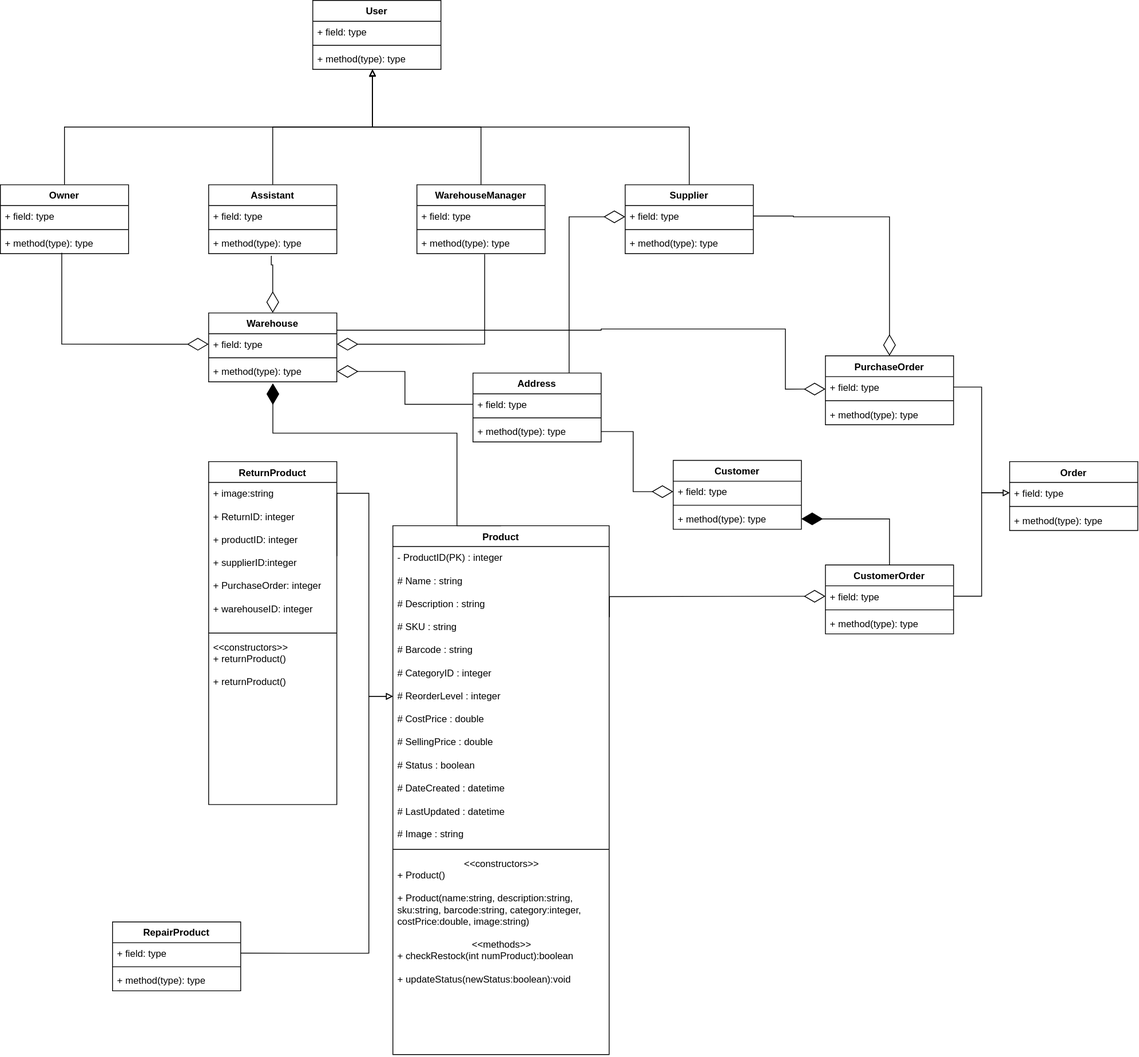
The draw.io diagram class diagram.svg in Simamkele88/IFM3_GP, before a commit. Source tidied: cells renumbered, new cells last; positions are measured from the earlier drawing's top-left corner, leaving out a move shared by most shapes.
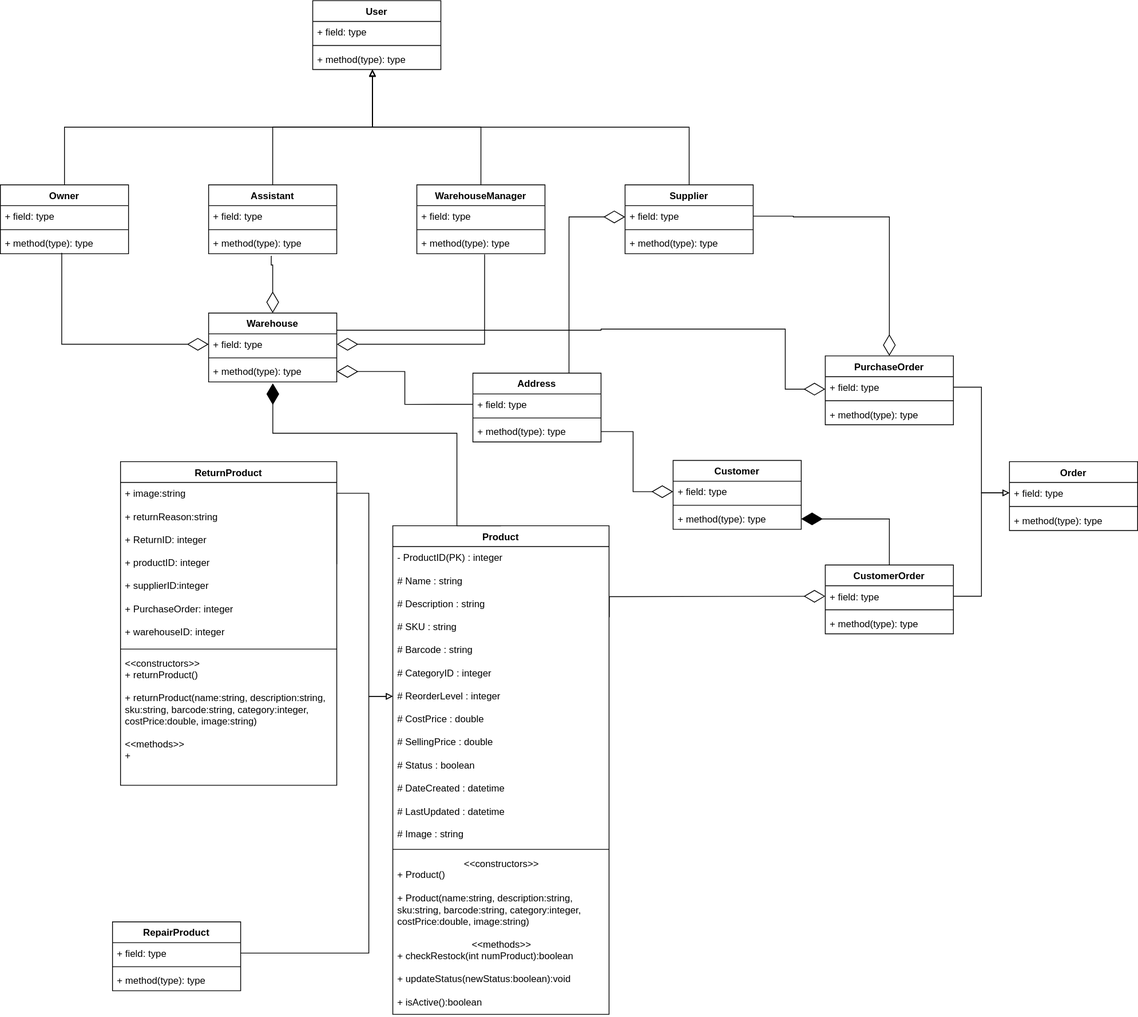
The same file after the commit.

Change to the diagram source:
```diff
@@ -83,16 +83,16 @@
       </mxGeometry>
     </mxCell>
     <mxCell id="27" value="ReturnProduct" style="swimlane;fontStyle=1;align=center;verticalAlign=top;horizontal=1;startSize=26;whiteSpace=wrap;html=1;" parent="1" vertex="1">
-      <mxGeometry x="260" y="575.5" width="160" height="428" as="geometry" />
+      <mxGeometry x="150" y="575.5" width="270" height="404" as="geometry" />
     </mxCell>
-    <mxCell id="28" value="+ image:string&lt;div&gt;&lt;br&gt;&lt;/div&gt;&lt;div&gt;+ ReturnID: integer&lt;/div&gt;&lt;div&gt;&lt;br&gt;&lt;/div&gt;&lt;div&gt;+ productID: integer&lt;/div&gt;&lt;div&gt;&lt;br&gt;&lt;/div&gt;&lt;div&gt;+ supplierID:integer&lt;/div&gt;&lt;div&gt;&lt;br&gt;&lt;/div&gt;&lt;div&gt;+ PurchaseOrder: integer&lt;/div&gt;&lt;div&gt;&lt;br&gt;&lt;/div&gt;&lt;div&gt;+ warehouseID: integer&lt;/div&gt;&lt;div&gt;&lt;br&gt;&lt;/div&gt;" style="text;strokeColor=none;fillColor=none;align=left;verticalAlign=top;spacingLeft=4;spacingRight=4;overflow=hidden;points=[[0,0.5],[1,0.5]];portConstraint=eastwest;whiteSpace=wrap;html=1;" parent="27" vertex="1">
-      <mxGeometry y="26" width="160" height="184" as="geometry" />
+    <mxCell id="28" value="+ image:string&lt;div&gt;&lt;br&gt;&lt;/div&gt;&lt;div&gt;+ returnReason:string&lt;br&gt;&lt;div&gt;&lt;br&gt;&lt;/div&gt;&lt;div&gt;+ ReturnID: integer&lt;/div&gt;&lt;div&gt;&lt;br&gt;&lt;/div&gt;&lt;div&gt;+ productID: integer&lt;/div&gt;&lt;div&gt;&lt;br&gt;&lt;/div&gt;&lt;div&gt;+ supplierID:integer&lt;/div&gt;&lt;div&gt;&lt;br&gt;&lt;/div&gt;&lt;div&gt;+ PurchaseOrder: integer&lt;/div&gt;&lt;div&gt;&lt;br&gt;&lt;/div&gt;&lt;div&gt;+ warehouseID: integer&lt;/div&gt;&lt;div&gt;&lt;br&gt;&lt;/div&gt;&lt;/div&gt;" style="text;strokeColor=none;fillColor=none;align=left;verticalAlign=top;spacingLeft=4;spacingRight=4;overflow=hidden;points=[[0,0.5],[1,0.5]];portConstraint=eastwest;whiteSpace=wrap;html=1;" parent="27" vertex="1">
+      <mxGeometry y="26" width="270" height="204" as="geometry" />
     </mxCell>
     <mxCell id="29" style="line;strokeWidth=1;fillColor=none;align=left;verticalAlign=middle;spacingTop=-1;spacingLeft=3;spacingRight=3;labelPosition=right;strokeColor=inherit;" parent="27" vertex="1">
-      <mxGeometry y="210" width="160" height="8" as="geometry" />
+      <mxGeometry y="230" width="270" height="8" as="geometry" />
     </mxCell>
-    <mxCell id="30" value="&amp;lt;&amp;lt;constructors&amp;gt;&amp;gt;&lt;div&gt;+ returnProduct()&lt;/div&gt;&lt;div&gt;&lt;br&gt;&lt;/div&gt;&lt;div&gt;+ returnProduct()&lt;/div&gt;" style="text;strokeColor=none;fillColor=none;align=left;verticalAlign=top;spacingLeft=4;spacingRight=4;overflow=hidden;whiteSpace=wrap;html=1;" parent="27" vertex="1">
-      <mxGeometry y="218" width="160" height="210" as="geometry" />
+    <mxCell id="30" value="&amp;lt;&amp;lt;constructors&amp;gt;&amp;gt;&lt;div&gt;+ returnProduct()&lt;/div&gt;&lt;div&gt;&lt;br&gt;&lt;/div&gt;&lt;div&gt;+ returnProduct(&lt;span style=&quot;background-color: transparent; color: light-dark(rgb(0, 0, 0), rgb(255, 255, 255));&quot;&gt;name:string, description:string, sku:string, barcode:string, category:integer, costPrice:double, image:string&lt;/span&gt;&lt;span style=&quot;background-color: transparent; color: light-dark(rgb(0, 0, 0), rgb(255, 255, 255));&quot;&gt;)&lt;/span&gt;&lt;/div&gt;&lt;div&gt;&lt;span style=&quot;background-color: transparent; color: light-dark(rgb(0, 0, 0), rgb(255, 255, 255));&quot;&gt;&lt;br&gt;&lt;/span&gt;&lt;/div&gt;&lt;div&gt;&lt;span style=&quot;background-color: transparent; color: light-dark(rgb(0, 0, 0), rgb(255, 255, 255));&quot;&gt;&amp;lt;&amp;lt;methods&amp;gt;&amp;gt;&lt;/span&gt;&lt;/div&gt;&lt;div&gt;&lt;span style=&quot;background-color: transparent; color: light-dark(rgb(0, 0, 0), rgb(255, 255, 255));&quot;&gt;+&amp;nbsp;&lt;/span&gt;&lt;/div&gt;" style="text;strokeColor=none;fillColor=none;align=left;verticalAlign=top;spacingLeft=4;spacingRight=4;overflow=hidden;whiteSpace=wrap;html=1;" parent="27" vertex="1">
+      <mxGeometry y="238" width="270" height="166" as="geometry" />
     </mxCell>
     <mxCell id="31" style="edgeStyle=orthogonalEdgeStyle;rounded=0;jettySize=auto;html=1;entryX=0;entryY=0.5;entryDx=0;entryDy=0;endArrow=block;endFill=0;exitX=1;exitY=0.5;exitDx=0;exitDy=0;" parent="1" edge="1" source="33" target="37">
       <mxGeometry relative="1" as="geometry">
@@ -115,7 +115,7 @@
       <mxGeometry y="60" width="160" height="26" as="geometry" />
     </mxCell>
     <mxCell id="36" value="Product" style="swimlane;fontStyle=1;align=center;verticalAlign=top;horizontal=1;startSize=26;whiteSpace=wrap;html=1;" parent="1" vertex="1">
-      <mxGeometry x="490" y="655.5" width="270" height="660" as="geometry" />
+      <mxGeometry x="490" y="655.5" width="270" height="610" as="geometry" />
     </mxCell>
     <mxCell id="37" value="&lt;div&gt;- ProductID(PK) : integer&lt;div&gt;&lt;br&gt;&lt;/div&gt;&lt;div&gt;# Name : string&amp;nbsp; &amp;nbsp; &amp;nbsp; &amp;nbsp; &amp;nbsp; &amp;nbsp; &amp;nbsp; &amp;nbsp; &amp;nbsp; &amp;nbsp;&lt;/div&gt;&lt;div&gt;&lt;br&gt;&lt;/div&gt;&lt;div&gt;# Description : string&amp;nbsp; &amp;nbsp; &amp;nbsp; &amp;nbsp;&lt;/div&gt;&lt;div&gt;&lt;br&gt;&lt;/div&gt;&lt;div&gt;# SKU : string&amp;nbsp; &amp;nbsp; &amp;nbsp; &amp;nbsp; &amp;nbsp; &amp;nbsp; &amp;nbsp; &amp;nbsp; &amp;nbsp; &amp;nbsp; &amp;nbsp;&lt;/div&gt;&lt;div&gt;&lt;br&gt;&lt;/div&gt;&lt;div&gt;# Barcode : string&amp;nbsp; &amp;nbsp; &amp;nbsp; &amp;nbsp; &amp;nbsp; &amp;nbsp; &amp;nbsp; &amp;nbsp;&lt;/div&gt;&lt;div&gt;&lt;br&gt;&lt;/div&gt;&lt;div&gt;# CategoryID : integer&lt;/div&gt;&lt;div&gt;&lt;br&gt;&lt;/div&gt;&lt;div&gt;# ReorderLevel : integer&amp;nbsp; &amp;nbsp; &amp;nbsp; &amp;nbsp;&lt;/div&gt;&lt;div&gt;&lt;br&gt;&lt;/div&gt;&lt;div&gt;# CostPrice : double&amp;nbsp; &amp;nbsp; &amp;nbsp; &amp;nbsp; &amp;nbsp; &amp;nbsp; &amp;nbsp;&lt;/div&gt;&lt;div&gt;&lt;br&gt;&lt;/div&gt;&lt;div&gt;# SellingPrice : double&amp;nbsp; &amp;nbsp; &amp;nbsp; &amp;nbsp; &amp;nbsp;&lt;/div&gt;&lt;div&gt;&lt;br&gt;&lt;/div&gt;&lt;div&gt;# Status : boolean&lt;/div&gt;&lt;div&gt;&amp;nbsp; &amp;nbsp; &amp;nbsp; &amp;nbsp; &amp;nbsp; &amp;nbsp; &amp;nbsp; &amp;nbsp; &amp;nbsp;&amp;nbsp;&lt;/div&gt;&lt;div&gt;# DateCreated : datetime&amp;nbsp; &amp;nbsp; &amp;nbsp;&amp;nbsp;&lt;/div&gt;&lt;div&gt;&lt;br&gt;&lt;/div&gt;&lt;div&gt;# LastUpdated : datetime&amp;nbsp; &amp;nbsp; &amp;nbsp; &amp;nbsp;&amp;nbsp;&lt;/div&gt;&lt;div&gt;&lt;br&gt;&lt;/div&gt;&lt;div&gt;# Image : string&amp;nbsp; &amp;nbsp; &amp;nbsp; &amp;nbsp; &amp;nbsp; &amp;nbsp; &amp;nbsp; &amp;nbsp;&lt;/div&gt;&lt;div&gt;&lt;br&gt;&lt;/div&gt;&lt;div&gt;&lt;br&gt;&lt;/div&gt;&lt;/div&gt;" style="text;strokeColor=none;fillColor=none;align=left;verticalAlign=top;spacingLeft=4;spacingRight=4;overflow=hidden;points=[[0,0.5],[1,0.5]];portConstraint=eastwest;whiteSpace=wrap;html=1;" parent="36" vertex="1">
       <mxGeometry y="26" width="270" height="374" as="geometry" />
@@ -123,8 +123,8 @@
     <mxCell id="38" style="line;strokeWidth=1;fillColor=none;align=left;verticalAlign=middle;spacingTop=-1;spacingLeft=3;spacingRight=3;labelPosition=right;strokeColor=inherit;" parent="36" vertex="1">
       <mxGeometry y="400" width="270" height="8" as="geometry" />
     </mxCell>
-    <mxCell id="39" value="&lt;div style=&quot;text-align: center;&quot;&gt;&lt;span style=&quot;background-color: transparent; color: light-dark(rgb(0, 0, 0), rgb(255, 255, 255));&quot;&gt;&amp;lt;&amp;lt;constructors&amp;gt;&amp;gt;&lt;/span&gt;&lt;/div&gt;&lt;div&gt;+ Product()&lt;/div&gt;&lt;div&gt;&lt;br&gt;&lt;/div&gt;&lt;div&gt;+ Product(name:string, description:string, sku:string, barcode:string, category:integer, costPrice:double, image:string)&lt;/div&gt;&lt;div&gt;&lt;br&gt;&lt;/div&gt;&lt;div style=&quot;text-align: center;&quot;&gt;&amp;lt;&amp;lt;methods&amp;gt;&amp;gt;&lt;/div&gt;&lt;div&gt;+ checkRestock(int numProduct):boolean&lt;/div&gt;&lt;div&gt;&lt;br&gt;&lt;/div&gt;&lt;div&gt;+ updateStatus(newStatus:boolean):void&lt;/div&gt;" style="text;strokeColor=none;fillColor=none;align=left;verticalAlign=top;spacingLeft=4;spacingRight=4;overflow=hidden;whiteSpace=wrap;html=1;" parent="36" vertex="1">
-      <mxGeometry y="408" width="270" height="252" as="geometry" />
+    <mxCell id="39" value="&lt;div style=&quot;text-align: center;&quot;&gt;&lt;span style=&quot;background-color: transparent; color: light-dark(rgb(0, 0, 0), rgb(255, 255, 255));&quot;&gt;&amp;lt;&amp;lt;constructors&amp;gt;&amp;gt;&lt;/span&gt;&lt;/div&gt;&lt;div&gt;+ Product()&lt;/div&gt;&lt;div&gt;&lt;br&gt;&lt;/div&gt;&lt;div&gt;+ Product(name:string, description:string, sku:string, barcode:string, category:integer, costPrice:double, image:string)&lt;/div&gt;&lt;div&gt;&lt;br&gt;&lt;/div&gt;&lt;div style=&quot;text-align: center;&quot;&gt;&amp;lt;&amp;lt;methods&amp;gt;&amp;gt;&lt;/div&gt;&lt;div&gt;+ checkRestock(int numProduct):boolean&lt;/div&gt;&lt;div&gt;&lt;br&gt;&lt;/div&gt;&lt;div&gt;+ updateStatus(newStatus:boolean):void&lt;/div&gt;&lt;div&gt;&lt;br&gt;&lt;/div&gt;&lt;div&gt;+ isActive():boolean&lt;/div&gt;&lt;div&gt;&lt;br&gt;&lt;/div&gt;&lt;div&gt;+&lt;/div&gt;" style="text;strokeColor=none;fillColor=none;align=left;verticalAlign=top;spacingLeft=4;spacingRight=4;overflow=hidden;whiteSpace=wrap;html=1;" parent="36" vertex="1">
+      <mxGeometry y="408" width="270" height="202" as="geometry" />
     </mxCell>
     <mxCell id="40" value="Order" style="swimlane;fontStyle=1;align=center;verticalAlign=top;horizontal=1;startSize=26;whiteSpace=wrap;html=1;" parent="1" vertex="1">
       <mxGeometry x="1260" y="575.5" width="160" height="86" as="geometry" />
```
